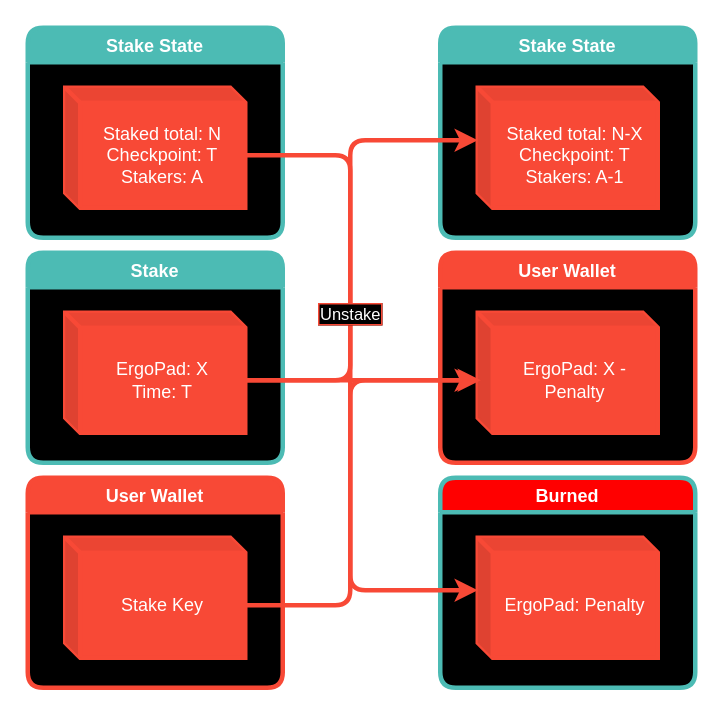
Earlier version of the draw.io diagram backend/app/contracts/images/staking-unstake.drawio (JoseBravoChile/ergopad). Source tidied: cells renumbered, new cells numbered last; positions are measured from the earlier drawing's top-left corner, leaving out a move shared by most shapes. Both pictures are drawn from the tidied source at 150%, with x=0, y=0 at pixel (27, 27).
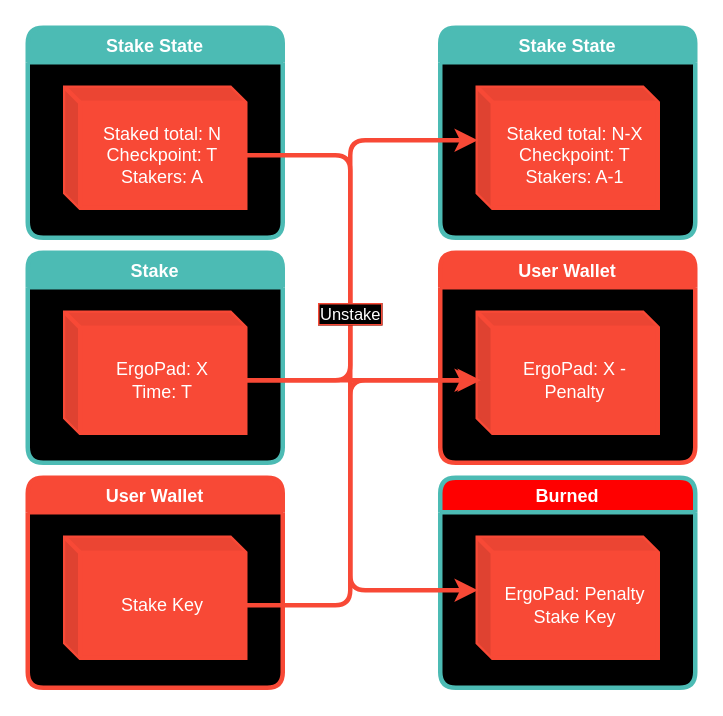
The same diagram, later.

Unchanged cells that the change refers to:
```xml
<mxCell id="8" value="Burned" style="swimlane;fillColor=#FF0000;swimlaneLine=1;rounded=1;swimlaneFillColor=#000000;fontColor=#FFFFFF;labelBorderColor=none;strokeColor=#4CBBB4;strokeWidth=3;" parent="1" vertex="1">
  <mxGeometry x="275" y="300" width="170" height="140" as="geometry" />
</mxCell>
```

What changed in the source:
```diff
@@
-    <mxCell id="9" value="ErgoPad: Penalty" style="shape=cube;whiteSpace=wrap;html=1;boundedLbl=1;backgroundOutline=1;darkOpacity=0.05;darkOpacity2=0.1;rounded=1;labelBorderColor=none;fontColor=#FFFFFF;strokeColor=#F84936;strokeWidth=3;fillColor=#F84936;size=10;" parent="8" vertex="1">
+    <mxCell id="9" value="ErgoPad: Penalty&lt;br&gt;Stake Key" style="shape=cube;whiteSpace=wrap;html=1;boundedLbl=1;backgroundOutline=1;darkOpacity=0.05;darkOpacity2=0.1;rounded=1;labelBorderColor=none;fontColor=#FFFFFF;strokeColor=#F84936;strokeWidth=3;fillColor=#F84936;size=10;" parent="8" vertex="1">
       <mxGeometry x="25" y="40" width="120" height="80" as="geometry" />
     </mxCell>
```
